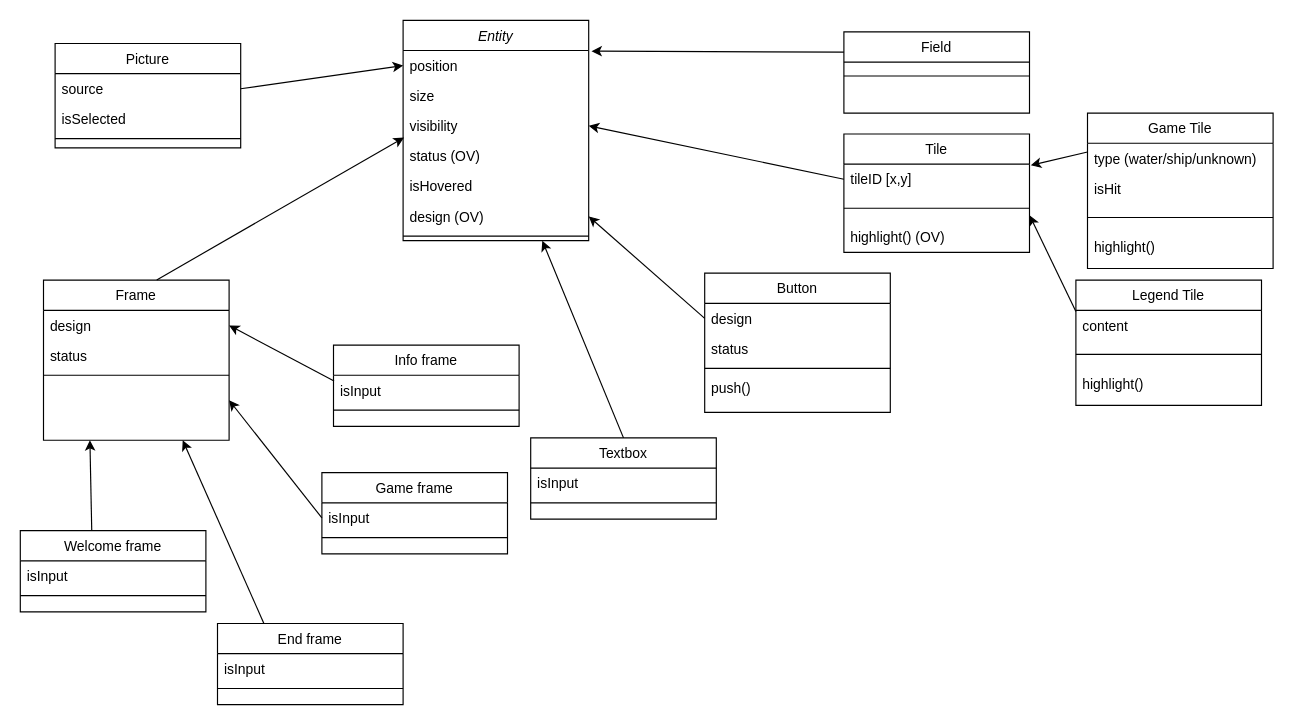
Above: page "Design Class pattern" (1 of 3) of test.drawio in Szaller99/BRSzT-Hazi-Torpedo-Tea-Szaller-Laci (draw.io), before the change. Source tidied: cells renumbered, new cells numbered last; positions are measured from the earlier drawing's top-left corner, leaving out a move shared by most shapes. Both pictures are drawn from the tidied source at 116%, with x=0, y=0 at pixel (20, 20).
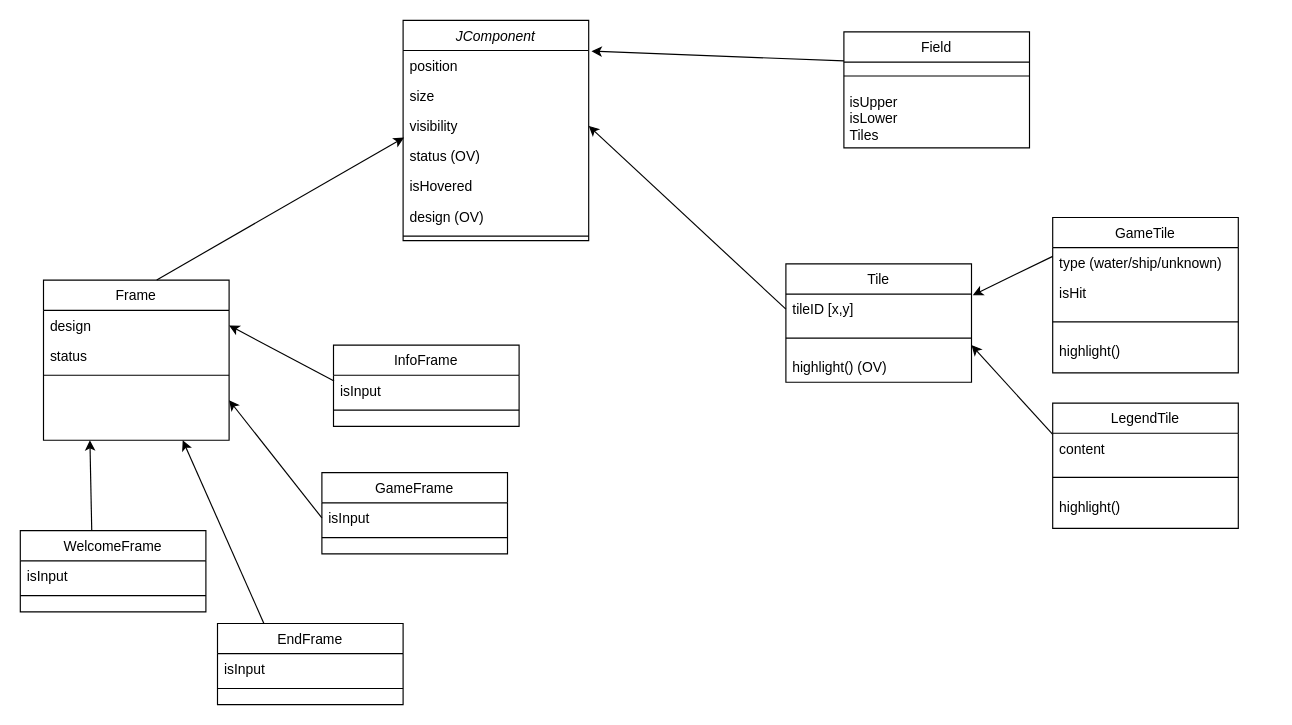
The same page after the edit.

Unchanged cells that the change refers to:
```xml
<mxCell id="3" value="position" style="text;align=left;verticalAlign=top;spacingLeft=4;spacingRight=4;overflow=hidden;points=[[0,0.5],[1,0.5]];portConstraint=eastwest;" parent="2" vertex="1">
  <mxGeometry y="26" width="160" height="26" as="geometry" />
</mxCell>
<mxCell id="8" value="design (OV)" style="text;align=left;verticalAlign=top;spacingLeft=4;spacingRight=4;overflow=hidden;points=[[0,0.5],[1,0.5]];portConstraint=eastwest;rounded=0;shadow=0;html=0;" parent="2" vertex="1">
  <mxGeometry y="156" width="160" height="26" as="geometry" />
</mxCell>
```

Change to the diagram source:
```diff
@@
-    <mxCell id="2" value="Entity" style="swimlane;fontStyle=2;align=center;verticalAlign=top;horizontal=1;startSize=26;rounded=0;shadow=0;strokeWidth=1;" parent="1" vertex="1">
+    <mxCell id="2" value="JComponent" style="swimlane;fontStyle=2;align=center;verticalAlign=top;horizontal=1;startSize=26;rounded=0;shadow=0;strokeWidth=1;" parent="1" vertex="1">
       <mxGeometry x="330" width="160" height="190" as="geometry" />
     </mxCell>
@@
-    <mxCell id="14" value="Textbox" style="swimlane;fontStyle=0;align=center;verticalAlign=top;horizontal=1;startSize=26;rounded=0;shadow=0;strokeWidth=1;" parent="1" vertex="1">
-      <mxGeometry x="440" y="360" width="160" height="70" as="geometry" />
-    </mxCell>
-    <mxCell id="15" value="isInput" style="text;align=left;verticalAlign=top;spacingLeft=4;spacingRight=4;overflow=hidden;" parent="14" vertex="1">
-      <mxGeometry y="26" width="160" height="26" as="geometry" />
-    </mxCell>
-    <mxCell id="16" style="line;html=1;strokeWidth=1;align=left;verticalAlign=middle;spacingTop=-1;spacingLeft=3;spacingRight=3;labelPosition=right;" parent="14" vertex="1">
-      <mxGeometry y="52" width="160" height="8" as="geometry" />
-    </mxCell>
-    <mxCell id="17" value="Button" style="swimlane;fontStyle=0;align=center;verticalAlign=top;horizontal=1;startSize=26;rounded=0;shadow=0;strokeWidth=1;" parent="1" vertex="1">
-      <mxGeometry x="590" y="218" width="160" height="120" as="geometry" />
-    </mxCell>
-    <mxCell id="18" value="design" style="text;align=left;verticalAlign=top;spacingLeft=4;spacingRight=4;overflow=hidden;points=[[0,0.5],[1,0.5]];portConstraint=eastwest;" parent="17" vertex="1">
-      <mxGeometry y="26" width="160" height="26" as="geometry" />
-    </mxCell>
-    <mxCell id="19" value="status" style="text;align=left;verticalAlign=top;spacingLeft=4;spacingRight=4;overflow=hidden;rounded=0;shadow=0;html=0;" parent="17" vertex="1">
-      <mxGeometry y="52" width="160" height="26" as="geometry" />
-    </mxCell>
-    <mxCell id="20" style="line;html=1;strokeWidth=1;align=left;verticalAlign=middle;spacingTop=-1;spacingLeft=3;spacingRight=3;labelPosition=right;" parent="17" vertex="1">
-      <mxGeometry y="78" width="160" height="8" as="geometry" />
-    </mxCell>
-    <mxCell id="21" value="push()" style="text;align=left;verticalAlign=top;spacingLeft=4;spacingRight=4;overflow=hidden;" parent="17" vertex="1">
-      <mxGeometry y="86" width="160" height="26" as="geometry" />
-    </mxCell>
-    <mxCell id="22" style="endArrow=classic;html=1;rounded=0;exitX=0;exitY=0.5;exitDx=0;exitDy=0;entryX=1;entryY=0.5;entryDx=0;entryDy=0;" parent="1" edge="1" source="18" target="8">
-      <mxGeometry relative="1" as="geometry" />
-    </mxCell>
-    <mxCell id="23" style="endArrow=classic;html=1;rounded=0;exitX=0.5;exitY=0;exitDx=0;exitDy=0;entryX=0.75;entryY=1;entryDx=0;entryDy=0;" parent="1" edge="1" source="14" target="2">
-      <mxGeometry relative="1" as="geometry" />
-    </mxCell>
@@
-    <mxCell id="25" value="Welcome frame" style="swimlane;fontStyle=0;align=center;verticalAlign=top;horizontal=1;startSize=26;rounded=0;shadow=0;strokeWidth=1;" parent="1" vertex="1">
+    <mxCell id="25" value="WelcomeFrame" style="swimlane;fontStyle=0;align=center;verticalAlign=top;horizontal=1;startSize=26;rounded=0;shadow=0;strokeWidth=1;" parent="1" vertex="1">
       <mxGeometry y="440" width="160" height="70" as="geometry" />
     </mxCell>
@@
-    <mxCell id="28" value="Info frame" style="swimlane;fontStyle=0;align=center;verticalAlign=top;horizontal=1;startSize=26;rounded=0;shadow=0;strokeWidth=1;" parent="1" vertex="1">
+    <mxCell id="28" value="InfoFrame" style="swimlane;fontStyle=0;align=center;verticalAlign=top;horizontal=1;startSize=26;rounded=0;shadow=0;strokeWidth=1;" parent="1" vertex="1">
       <mxGeometry x="270" y="280" width="160" height="70" as="geometry" />
     </mxCell>
@@
-    <mxCell id="31" value="Game frame" style="swimlane;fontStyle=0;align=center;verticalAlign=top;horizontal=1;startSize=26;rounded=0;shadow=0;strokeWidth=1;" parent="1" vertex="1">
+    <mxCell id="31" value="GameFrame" style="swimlane;fontStyle=0;align=center;verticalAlign=top;horizontal=1;startSize=26;rounded=0;shadow=0;strokeWidth=1;" parent="1" vertex="1">
       <mxGeometry x="260" y="390" width="160" height="70" as="geometry" />
     </mxCell>
@@
-    <mxCell id="34" value="End frame" style="swimlane;fontStyle=0;align=center;verticalAlign=top;horizontal=1;startSize=26;rounded=0;shadow=0;strokeWidth=1;" parent="1" vertex="1">
+    <mxCell id="34" value="EndFrame" style="swimlane;fontStyle=0;align=center;verticalAlign=top;horizontal=1;startSize=26;rounded=0;shadow=0;strokeWidth=1;" parent="1" vertex="1">
       <mxGeometry x="170" y="520" width="160" height="70" as="geometry" />
     </mxCell>
@@
     <mxCell id="41" value="Field" style="swimlane;fontStyle=0;align=center;verticalAlign=top;horizontal=1;startSize=26;rounded=0;shadow=0;strokeWidth=1;" parent="1" vertex="1">
-      <mxGeometry x="710" y="10" width="160" height="70" as="geometry" />
+      <mxGeometry x="710" y="10" width="160" height="100" as="geometry" />
     </mxCell>
@@
+    <mxCell id="65" value="&amp;nbsp;isUpper&lt;br&gt;&amp;nbsp;isLower&lt;br&gt;&lt;div&gt;&lt;span&gt;&amp;nbsp;Tiles&lt;/span&gt;&lt;/div&gt;" style="text;html=1;align=left;verticalAlign=middle;strokeColor=none;fillColor=none;" parent="41" vertex="1">
+      <mxGeometry y="50" width="160" height="50" as="geometry" />
+    </mxCell>
@@
-    <mxCell id="44" value="Game Tile" style="swimlane;fontStyle=0;align=center;verticalAlign=top;horizontal=1;startSize=26;rounded=0;shadow=0;strokeWidth=1;" parent="1" vertex="1">
-      <mxGeometry x="920" y="80" width="160" height="134" as="geometry" />
+    <mxCell id="44" value="GameTile" style="swimlane;fontStyle=0;align=center;verticalAlign=top;horizontal=1;startSize=26;rounded=0;shadow=0;strokeWidth=1;" parent="1" vertex="1">
+      <mxGeometry x="890" y="170" width="160" height="134" as="geometry" />
     </mxCell>
@@
-    <mxCell id="50" value="Legend Tile" style="swimlane;fontStyle=0;align=center;verticalAlign=top;horizontal=1;startSize=26;rounded=0;shadow=0;strokeWidth=1;" parent="1" vertex="1">
-      <mxGeometry x="910" y="224" width="160" height="108" as="geometry" />
+    <mxCell id="50" value="LegendTile" style="swimlane;fontStyle=0;align=center;verticalAlign=top;horizontal=1;startSize=26;rounded=0;shadow=0;strokeWidth=1;" parent="1" vertex="1">
+      <mxGeometry x="890" y="330" width="160" height="108" as="geometry" />
     </mxCell>
@@
     <mxCell id="55" value="Tile" style="swimlane;fontStyle=0;align=center;verticalAlign=top;horizontal=1;startSize=26;rounded=0;shadow=0;strokeWidth=1;" parent="1" vertex="1">
-      <mxGeometry x="710" y="98" width="160" height="102" as="geometry" />
+      <mxGeometry x="660" y="210" width="160" height="102" as="geometry" />
     </mxCell>
@@
-    <mxCell id="60" value="Picture" style="swimlane;fontStyle=0;align=center;verticalAlign=top;horizontal=1;startSize=26;rounded=0;shadow=0;strokeWidth=1;" parent="1" vertex="1">
-      <mxGeometry x="30" y="20" width="160" height="90" as="geometry" />
-    </mxCell>
-    <mxCell id="61" value="source" style="text;align=left;verticalAlign=top;spacingLeft=4;spacingRight=4;overflow=hidden;points=[[0,0.5],[1,0.5]];portConstraint=eastwest;rounded=0;shadow=0;html=0;" parent="60" vertex="1">
-      <mxGeometry y="26" width="160" height="26" as="geometry" />
-    </mxCell>
-    <mxCell id="62" value="isSelected" style="text;align=left;verticalAlign=top;spacingLeft=4;spacingRight=4;overflow=hidden;rounded=0;shadow=0;html=0;" parent="60" vertex="1">
-      <mxGeometry y="52" width="160" height="26" as="geometry" />
-    </mxCell>
-    <mxCell id="63" style="line;html=1;strokeWidth=1;align=left;verticalAlign=middle;spacingTop=-1;spacingLeft=3;spacingRight=3;labelPosition=right;" parent="60" vertex="1">
-      <mxGeometry y="78" width="160" height="8" as="geometry" />
-    </mxCell>
-    <mxCell id="64" style="endArrow=classic;html=1;rounded=0;entryX=0;entryY=0.5;entryDx=0;entryDy=0;exitX=1;exitY=0.5;exitDx=0;exitDy=0;" parent="1" edge="1" source="61" target="3">
-      <mxGeometry relative="1" as="geometry" />
-    </mxCell>
```
